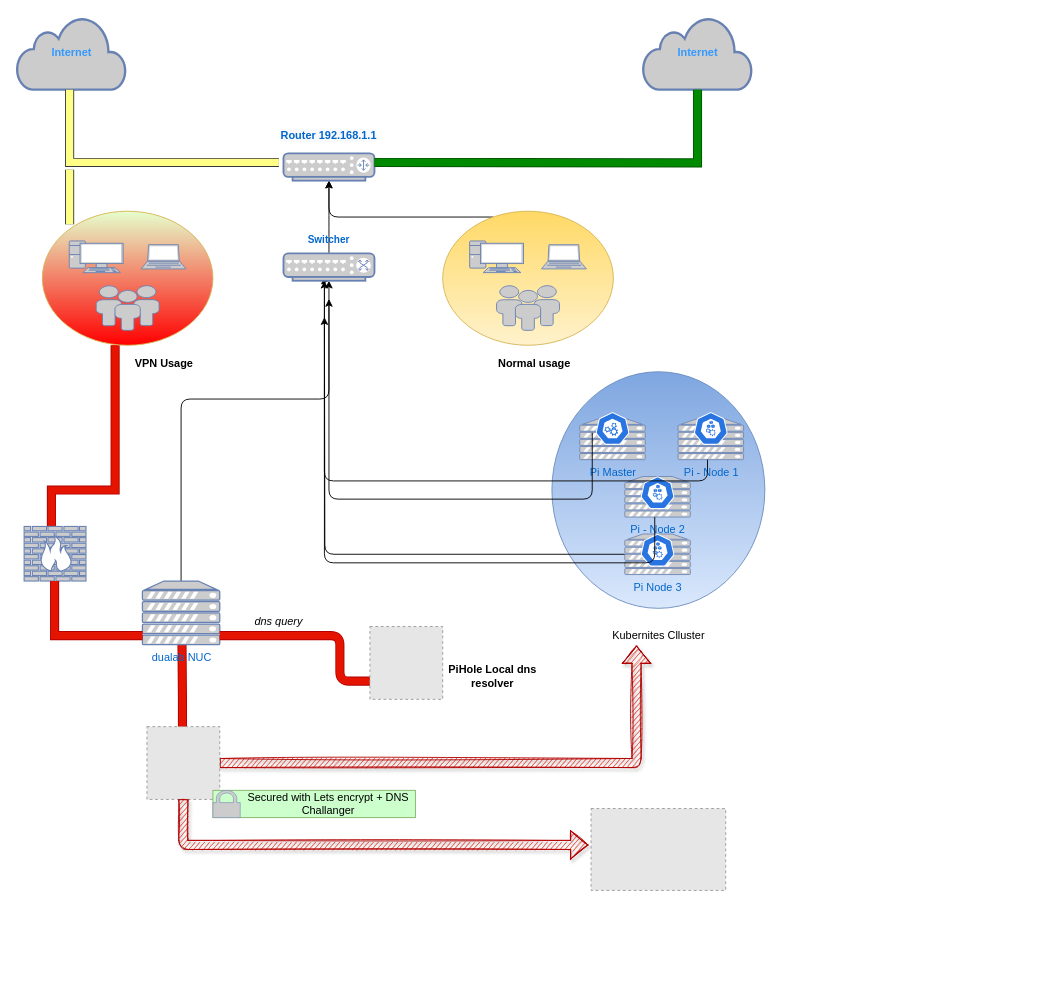
dual-lab/dlab-containerized keeps this draw.io diagram as diagrams/dualab.dl_network.drawio. Above is the earlier version. Source tidied: cells renumbered, new cells numbered last; positions are measured from the earlier drawing's top-left corner, leaving out a move shared by most shapes. Both pictures are drawn from the tidied source at 91%, with x=0, y=0 at pixel (16, 16). Pictures stored in the file or linked from it are replaced by grey dashed boxes.
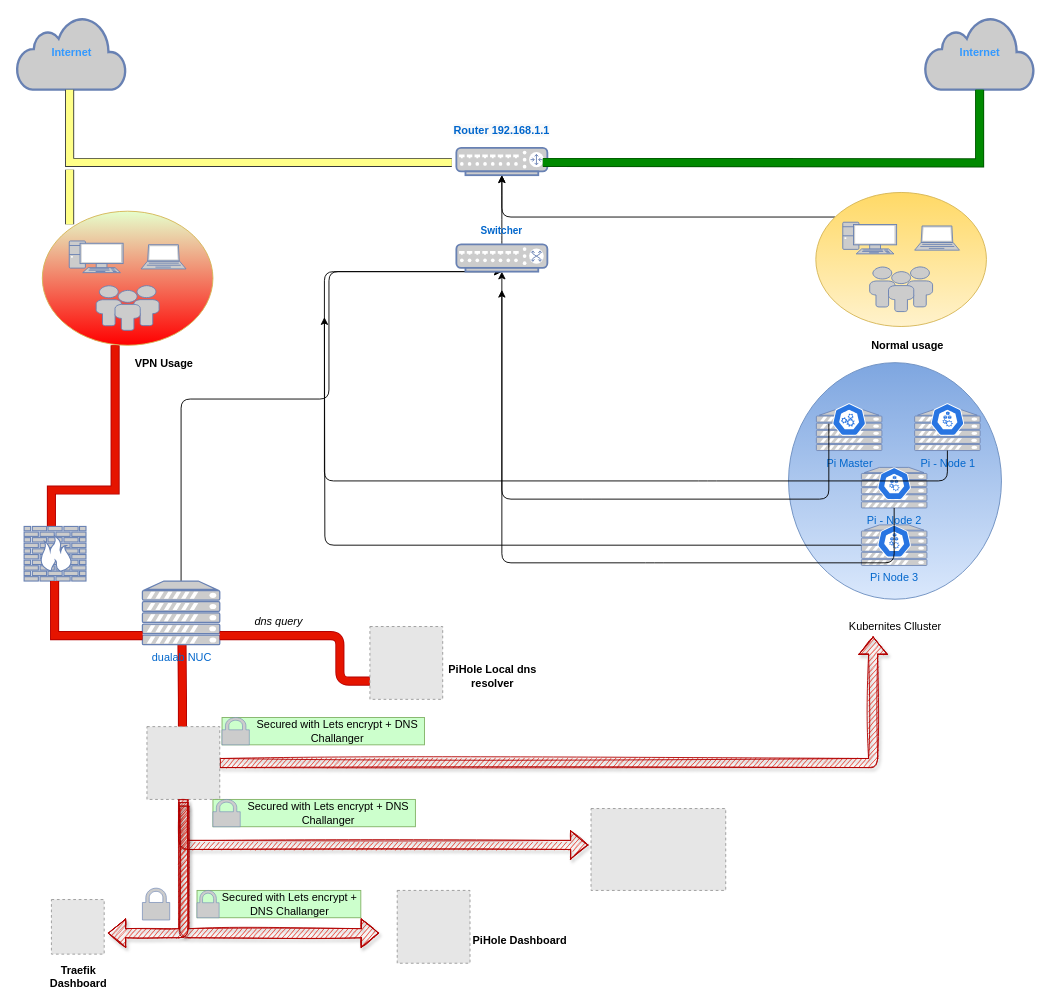
Above is the later version.

Commit message:
docs: update homelab diagram

The change refers to these unchanged cells:
```xml
<mxCell id="24" value="&lt;font color=&quot;#3399ff&quot;&gt;&lt;b&gt;Internet&lt;/b&gt;&lt;/font&gt;" style="html=1;outlineConnect=0;fillColor=#CCCCCC;strokeColor=#6881B3;gradientColor=none;gradientDirection=north;strokeWidth=2;shape=mxgraph.networks.cloud;fontColor=#ffffff;fontFamily=Helvetica;" parent="1" vertex="1">
  <mxGeometry width="120" height="80" as="geometry" />
</mxCell>
<mxCell id="31" style="fontColor=#0066CC;verticalAlign=top;verticalLabelPosition=bottom;labelPosition=center;align=center;html=1;outlineConnect=0;fillColor=#CCCCCC;strokeColor=#6881B3;gradientColor=none;gradientDirection=north;strokeWidth=2;shape=mxgraph.networks.router;fontFamily=Helvetica;" parent="30" vertex="1">
  <mxGeometry x="15" y="34" width="100" height="30" as="geometry" />
</mxCell>
<mxCell id="59" style="ellipse;whiteSpace=wrap;html=1;rounded=1;shadow=0;glass=0;sketch=0;fontFamily=Helvetica;gradientColor=#ffd966;gradientDirection=west;direction=south;fillColor=#fff2cc;strokeColor=#d6b656;" parent="58" vertex="1">
  <mxGeometry width="187.5" height="147.3" as="geometry" />
</mxCell>
```

Change to the diagram source:
```diff
@@
     <mxCell id="4" value="&lt;font color=&quot;#3399ff&quot;&gt;&lt;b&gt;Internet&lt;/b&gt;&lt;/font&gt;" style="html=1;outlineConnect=0;fillColor=#CCCCCC;strokeColor=#6881B3;gradientColor=none;gradientDirection=north;strokeWidth=2;shape=mxgraph.networks.cloud;fontColor=#ffffff;fontFamily=Helvetica;" parent="1" vertex="1">
-      <mxGeometry x="688" width="120" height="80" as="geometry" />
+      <mxGeometry x="998" width="120" height="80" as="geometry" />
     </mxCell>
@@
     <mxCell id="8" style="group;" parent="1" vertex="1">
-      <mxGeometry x="588" y="390" width="234" height="300" as="geometry" />
+      <mxGeometry x="848" y="380" width="234" height="300" as="geometry" />
     </mxCell>
@@
     <mxCell id="29" style="edgeStyle=orthogonalEdgeStyle;jettySize=auto;html=1;fontFamily=Helvetica;fontSize=11;strokeWidth=1;fillColor=none;rounded=1;entryX=0.5;entryY=1;entryDx=0;entryDy=0;entryPerimeter=0;" parent="1" edge="1" source="59" target="31">
       <mxGeometry relative="1" as="geometry">
         <Array as="points">
-          <mxPoint x="343" y="220" />
+          <mxPoint x="533" y="220" />
         </Array>
       </mxGeometry>
     </mxCell>
     <mxCell id="30" style="group;" parent="1" vertex="1">
-      <mxGeometry x="278" y="116" width="130" height="64" as="geometry" />
+      <mxGeometry x="468" y="110" width="130" height="64" as="geometry" />
     </mxCell>
@@
     <mxCell id="33" style="shape=filledEdge;rounded=0;fixDash=1;endArrow=none;strokeWidth=10;fillColor=#008a00;edgeStyle=orthogonalEdgeStyle;fontFamily=Helvetica;fontSize=11;strokeColor=#005700;" parent="1" edge="1" target="4">
       <mxGeometry relative="1" as="geometry">
-        <mxPoint x="393" y="160" as="sourcePoint" />
+        <mxPoint x="578" y="160" as="sourcePoint" />
       </mxGeometry>
     </mxCell>
     <mxCell id="34" style="shape=filledEdge;rounded=0;fixDash=1;endArrow=none;strokeWidth=10;fillColor=#ffff88;edgeStyle=orthogonalEdgeStyle;fontFamily=Helvetica;fontSize=11;strokeColor=#36393d;" parent="1" edge="1" target="24">
       <mxGeometry relative="1" as="geometry">
-        <mxPoint x="288" y="160" as="sourcePoint" />
+        <mxPoint x="478" y="160" as="sourcePoint" />
         <Array as="points">
           <mxPoint x="58" y="160" />
         </Array>
       </mxGeometry>
     </mxCell>
@@
     <mxCell id="40" style="group;" parent="1" vertex="1">
-      <mxGeometry x="293" y="230" width="100" height="60" as="geometry" />
+      <mxGeometry x="483" y="220" width="100" height="60" as="geometry" />
     </mxCell>
@@
     <mxCell id="45" style="group;fillColor=#CCFFCC;strokeColor=#82b366;" parent="1" vertex="1">
-      <mxGeometry x="215.5" y="850" width="222.5" height="30" as="geometry" />
+      <mxGeometry x="215.5" y="860" width="222.5" height="30" as="geometry" />
     </mxCell>
@@
     <mxCell id="57" style="group;" parent="1" vertex="1">
-      <mxGeometry x="468" y="213.6" width="187.5" height="180" as="geometry" />
+      <mxGeometry x="878" y="193" width="187.5" height="180" as="geometry" />
     </mxCell>
@@
+    <mxCell id="67" style="rounded=1;orthogonalLoop=1;jettySize=auto;html=1;fontFamily=Helvetica;fontSize=11;strokeWidth=1;fillColor=#e51400;edgeStyle=orthogonalEdgeStyle;elbow=vertical;endArrow=classic;endFill=1;shape=flexArrow;sketch=1;shadow=1;strokeColor=#B20000;" parent="1" edge="1">
+      <mxGeometry relative="1" as="geometry">
+        <mxPoint x="184" y="867" as="sourcePoint" />
+        <mxPoint x="398" y="1007" as="targetPoint" />
+        <Array as="points">
+          <mxPoint x="184" y="1007" />
+        </Array>
+      </mxGeometry>
+    </mxCell>
+    <mxCell id="68" style="group;" parent="1" vertex="1">
+      <mxGeometry x="418" y="960" width="190" height="80" as="geometry" />
+    </mxCell>
+    <mxCell id="69" style="fillColor=#E6E6E6;strokeColor=#999999;dashed=1;verticalLabelPosition=bottom;verticalAlign=top;" parent="68" vertex="1">
+      <mxGeometry width="80" height="80" as="geometry" />
+    </mxCell>
+    <mxCell id="70" value="PiHole Dashboard" style="text;html=1;strokeColor=none;fillColor=none;align=center;verticalAlign=middle;whiteSpace=wrap;rounded=0;fontStyle=1;" parent="68" vertex="1">
+      <mxGeometry x="80" y="40" width="110" height="30" as="geometry" />
+    </mxCell>
+    <mxCell id="71" style="rounded=1;orthogonalLoop=1;jettySize=auto;html=1;fontFamily=Helvetica;fontSize=11;strokeWidth=1;fillColor=#e51400;edgeStyle=orthogonalEdgeStyle;elbow=vertical;endArrow=classic;endFill=1;shape=flexArrow;sketch=1;shadow=1;strokeColor=#B20000;" parent="1" edge="1">
+      <mxGeometry relative="1" as="geometry">
+        <mxPoint x="183" y="863" as="sourcePoint" />
+        <mxPoint x="100" y="1007" as="targetPoint" />
+        <Array as="points">
+          <mxPoint x="183" y="1007" />
+        </Array>
+      </mxGeometry>
+    </mxCell>
+    <mxCell id="72" style="group;" parent="1" vertex="1">
+      <mxGeometry x="38" y="970" width="60" height="100" as="geometry" />
+    </mxCell>
+    <mxCell id="73" style="fillColor=#E6E6E6;strokeColor=#999999;dashed=1;verticalLabelPosition=bottom;verticalAlign=top;fontFamily=Helvetica;fontSize=11;" parent="72" vertex="1">
+      <mxGeometry width="58" height="60" as="geometry" />
+    </mxCell>
+    <mxCell id="74" value="Traefik Dashboard" style="text;html=1;strokeColor=none;fillColor=none;align=center;verticalAlign=middle;whiteSpace=wrap;rounded=0;fontStyle=1;" parent="72" vertex="1">
+      <mxGeometry y="70" width="60" height="30" as="geometry" />
+    </mxCell>
+    <mxCell id="75" style="group;fillColor=#CCFFCC;strokeColor=#82b366;" parent="1" vertex="1">
+      <mxGeometry x="198" y="960" width="180" height="30" as="geometry" />
+    </mxCell>
+    <mxCell id="76" style="fontColor=#0066CC;verticalAlign=top;verticalLabelPosition=bottom;labelPosition=center;align=center;html=1;fillColor=#CCCCCC;strokeColor=#6881B3;gradientColor=none;gradientDirection=north;strokeWidth=2;shape=mxgraph.networks.secured;" parent="75" vertex="1">
+      <mxGeometry width="24.3" height="30" as="geometry" />
+    </mxCell>
+    <mxCell id="77" value="Secured with Lets encrypt + DNS Challanger" style="text;html=1;strokeColor=none;fillColor=none;align=center;verticalAlign=middle;whiteSpace=wrap;rounded=0;" parent="75" vertex="1">
+      <mxGeometry x="24.3" width="155.7" height="30" as="geometry" />
+    </mxCell>
+    <mxCell id="78" style="group;fillColor=#CCFFCC;strokeColor=#82b366;" parent="1" vertex="1">
+      <mxGeometry x="225.5" y="770" width="222.5" height="30" as="geometry" />
+    </mxCell>
+    <mxCell id="79" style="fontColor=#0066CC;verticalAlign=top;verticalLabelPosition=bottom;labelPosition=center;align=center;html=1;fillColor=#CCCCCC;strokeColor=#6881B3;gradientColor=none;gradientDirection=north;strokeWidth=2;shape=mxgraph.networks.secured;" parent="78" vertex="1">
+      <mxGeometry width="30" height="30" as="geometry" />
+    </mxCell>
+    <mxCell id="80" value="Secured with Lets encrypt + DNS Challanger" style="text;html=1;strokeColor=none;fillColor=none;align=center;verticalAlign=middle;whiteSpace=wrap;rounded=0;" parent="78" vertex="1">
+      <mxGeometry x="30" width="192.5" height="30" as="geometry" />
+    </mxCell>
+    <mxCell id="81" style="fontColor=#0066CC;verticalAlign=top;verticalLabelPosition=bottom;labelPosition=center;align=center;html=1;fillColor=#CCCCCC;strokeColor=#6881B3;gradientDirection=north;strokeWidth=2;shape=mxgraph.networks.secured;sketch=0;" parent="1" vertex="1">
+      <mxGeometry x="138" y="957.5" width="30" height="35" as="geometry" />
+    </mxCell>
```
